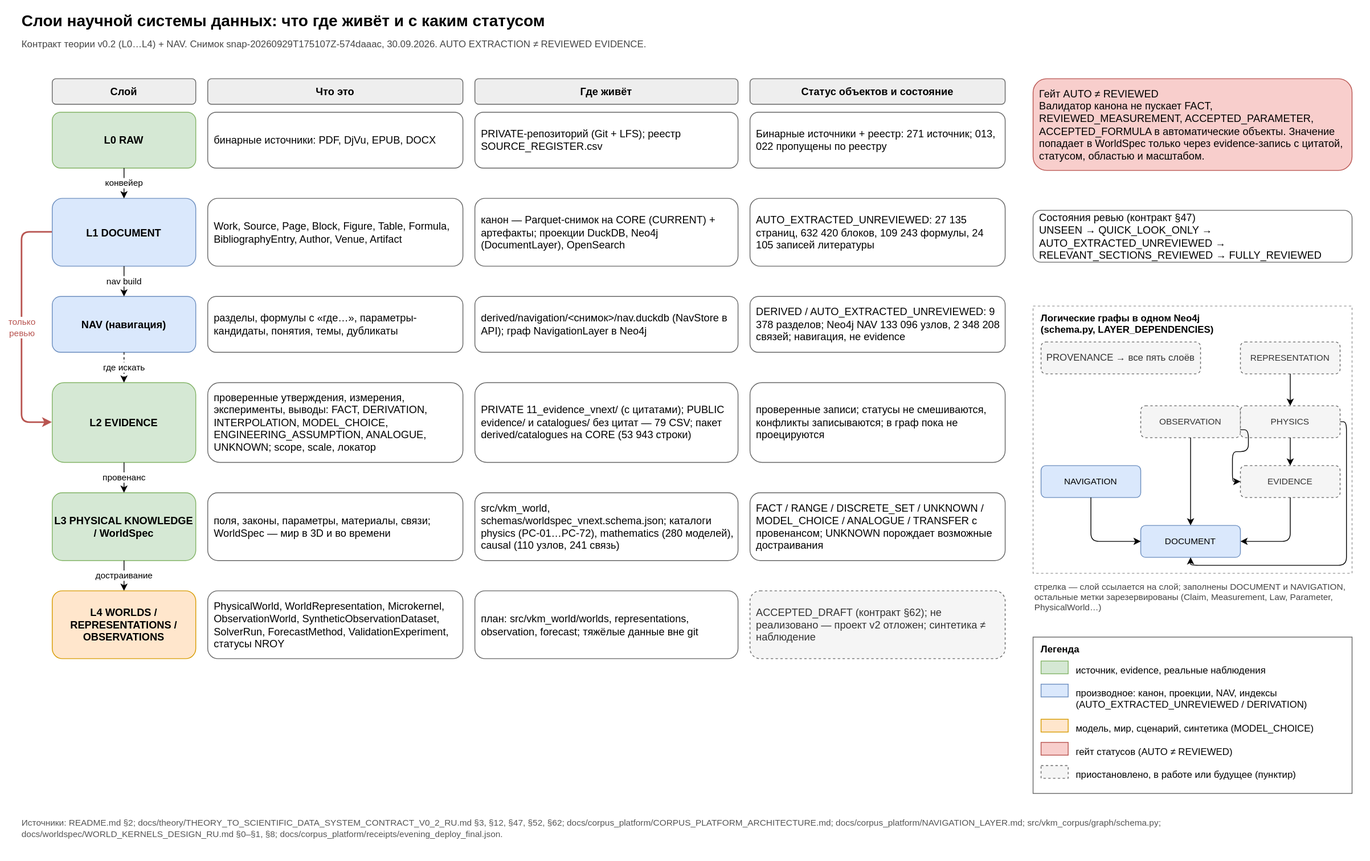
SUKUNA-AI/vkm-subsidence-forecasting keeps this draw.io diagram as docs/diagrams/data_layers.svg. Above is the earlier version. Source tidied: cells renumbered, new cells last; positions are measured from the earlier drawing's top-left corner, leaving out a move shared by most shapes.
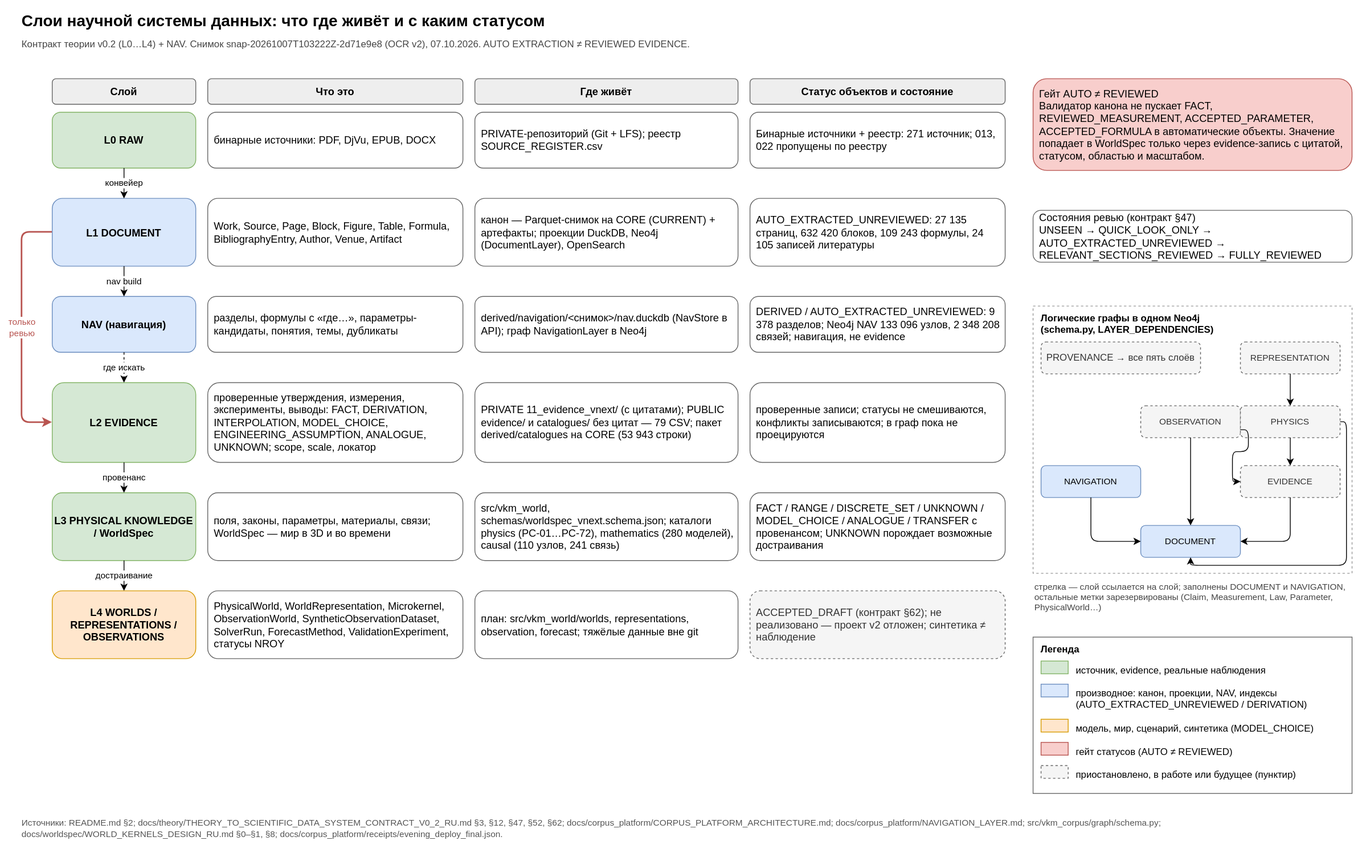
The same file after the commit.

Diff of the diagram source:
```diff
@@ -5,7 +5,7 @@
     <mxCell id="2" value="Слои научной системы данных: что где живёт и с каким статусом" style="text;align=left;fontSize=20;fontStyle=1;html=1;verticalAlign=middle;whiteSpace=wrap;" parent="1" vertex="1">
       <mxGeometry width="1670" height="30" as="geometry" />
     </mxCell>
-    <mxCell id="3" value="Контракт теории v0.2 (L0…L4) + NAV. Снимок snap-20260929T175107Z-574daaac, 30.09.2026. AUTO EXTRACTION ≠ REVIEWED EVIDENCE." style="text;align=left;fontColor=#444444;fontSize=12;html=1;verticalAlign=middle;whiteSpace=wrap;" parent="1" vertex="1">
+    <mxCell id="3" value="Контракт теории v0.2 (L0…L4) + NAV. Снимок snap-20261007T103222Z-2d71e9e8 (OCR v2), 07.10.2026. AUTO EXTRACTION ≠ REVIEWED EVIDENCE." style="text;align=left;fontColor=#444444;fontSize=12;html=1;verticalAlign=middle;whiteSpace=wrap;" parent="1" vertex="1">
       <mxGeometry y="32" width="1670" height="25" as="geometry" />
     </mxCell>
     <mxCell id="4" value="Что это" style="fillColor=#eeeeee;fontSize=13;fontStyle=1;html=1;rounded=1;strokeColor=#666666;whiteSpace=wrap;" parent="1" vertex="1">
```
